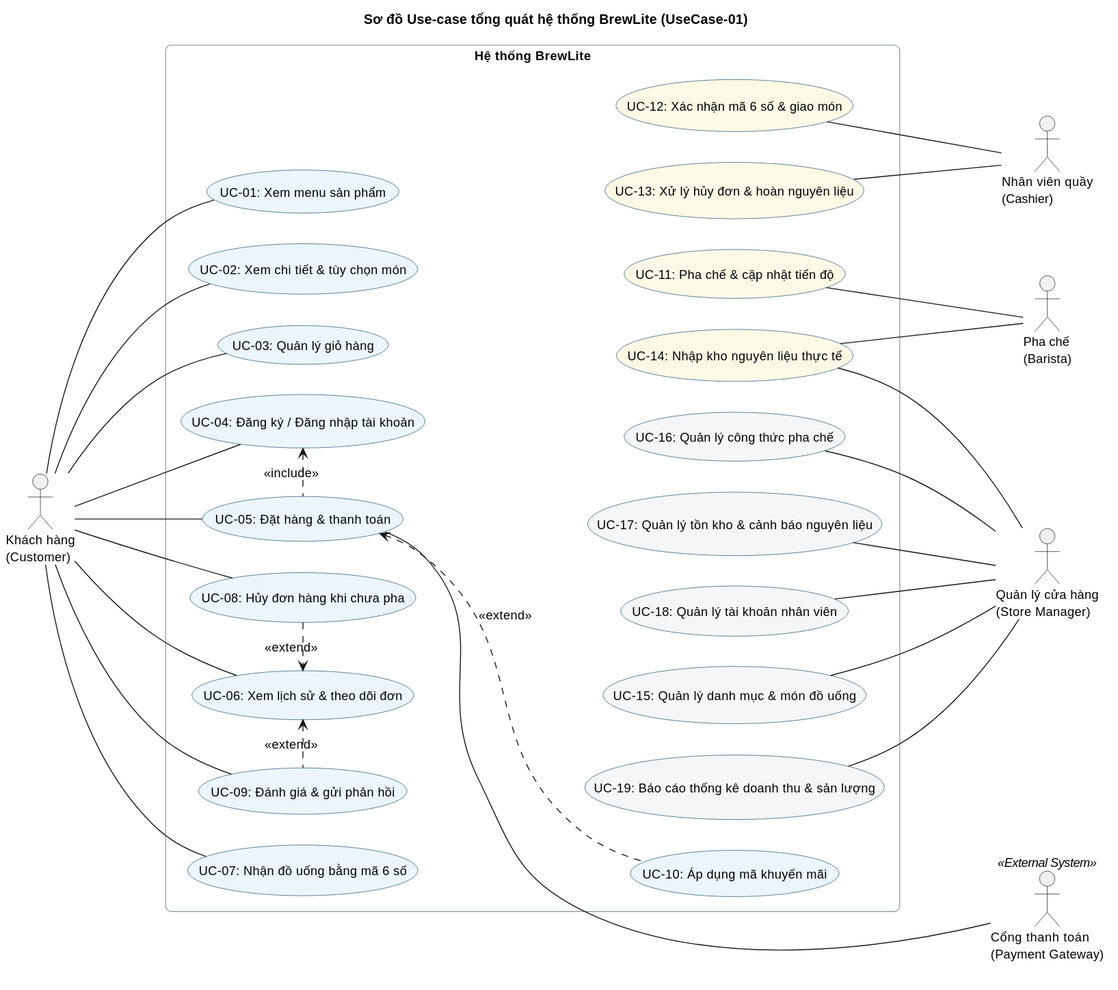
Longcodepro/Project_SE_Assignment02_HK1_2026_2027 keeps this PlantUML diagram as docs/diagrams/usecase-overview.svg. Above is the earlier version. The source it was exported from:
```plantuml
@startuml
title Sơ đồ Use-case tổng quát hệ thống BrewLite (UseCase-01)

left to right direction
skinparam shadowing false
skinparam roundcorner 12
skinparam nodesep 32
skinparam ranksep 110
skinparam defaultFontSize 13
skinparam usecase {
  BorderColor #1B4F72
  BackgroundColor #EBF5FB
}
skinparam rectangle {
  BorderColor #95A5A6
  BackgroundColor #FFFFFF
  FontStyle bold
}

actor "Khách hàng\n(Customer)" as Customer
actor "Cổng thanh toán\n(Payment Gateway)" as PaymentGateway <<External System>>
actor "Nhân viên quầy\n(Cashier)" as Cashier
actor "Pha chế\n(Barista)" as Barista
actor "Quản lý cửa hàng\n(Store Manager)" as Manager

rectangle "Hệ thống BrewLite" {
  usecase "UC-01: Xem menu sản phẩm" as UC01
  usecase "UC-02: Xem chi tiết & tùy chọn món" as UC02
  usecase "UC-03: Quản lý giỏ hàng" as UC03
  usecase "UC-04: Đăng ký / Đăng nhập tài khoản" as UC04
  usecase "UC-05: Đặt hàng & thanh toán" as UC05
  usecase "UC-08: Hủy đơn hàng khi chưa pha" as UC08
  usecase "UC-06: Xem lịch sử & theo dõi đơn" as UC06
  usecase "UC-09: Đánh giá & gửi phản hồi" as UC09
  usecase "UC-07: Nhận đồ uống bằng mã 6 số" as UC07
  usecase "UC-10: Áp dụng mã khuyến mãi" as UC10

  usecase "UC-12: Xác nhận mã 6 số & giao món" as UC12 #FEF9E7
  usecase "UC-13: Xử lý hủy đơn & hoàn nguyên liệu" as UC13 #FEF9E7
  usecase "UC-11: Pha chế & cập nhật tiến độ" as UC11 #FEF9E7
  usecase "UC-14: Nhập kho nguyên liệu thực tế" as UC14 #FEF9E7
  usecase "UC-15: Quản lý danh mục & món đồ uống" as UC15 #F4F6F7
  usecase "UC-16: Quản lý công thức pha chế" as UC16 #F4F6F7
  usecase "UC-17: Quản lý tồn kho & cảnh báo nguyên liệu" as UC17 #F4F6F7
  usecase "UC-18: Quản lý tài khoản nhân viên" as UC18 #F4F6F7
  usecase "UC-19: Báo cáo thống kê doanh thu & sản lượng" as UC19 #F4F6F7
}

UC01 -[hidden]right- UC02
UC02 -[hidden]right- UC03
UC03 -[hidden]right- UC04
UC04 -[hidden]right- UC05
UC05 -[hidden]right- UC08
UC08 -[hidden]right- UC06
UC06 -[hidden]right- UC09
UC09 -[hidden]right- UC07
UC10 -[hidden]left- UC12
UC12 -[hidden]left- UC13
UC13 -[hidden]left- UC11
UC11 -[hidden]left- UC14
UC14 -[hidden]left- UC15
UC15 -[hidden]left- UC16
UC16 -[hidden]left- UC17
UC17 -[hidden]left- UC18
UC18 -[hidden]left- UC19
UC10 -[hidden]- PaymentGateway

Customer -- UC01
Customer -- UC02
Customer -- UC03
Customer -- UC04
Customer -- UC05
Customer -- UC06
Customer -- UC07
Customer -- UC08
Customer -- UC09
UC05 -- PaymentGateway
UC12 -- Cashier
UC13 -- Cashier
UC11 -- Barista
UC14 -- Barista
UC14 -- Manager
UC15 -- Manager
UC16 -- Manager
UC17 -- Manager
UC18 -- Manager
UC19 -- Manager

UC05 .left.> UC04 : <<include>>
UC05 <.. UC10 : <<extend>>
UC08 .right.> UC06 : <<extend>>
UC09 .left.> UC06 : <<extend>>
@enduml
```
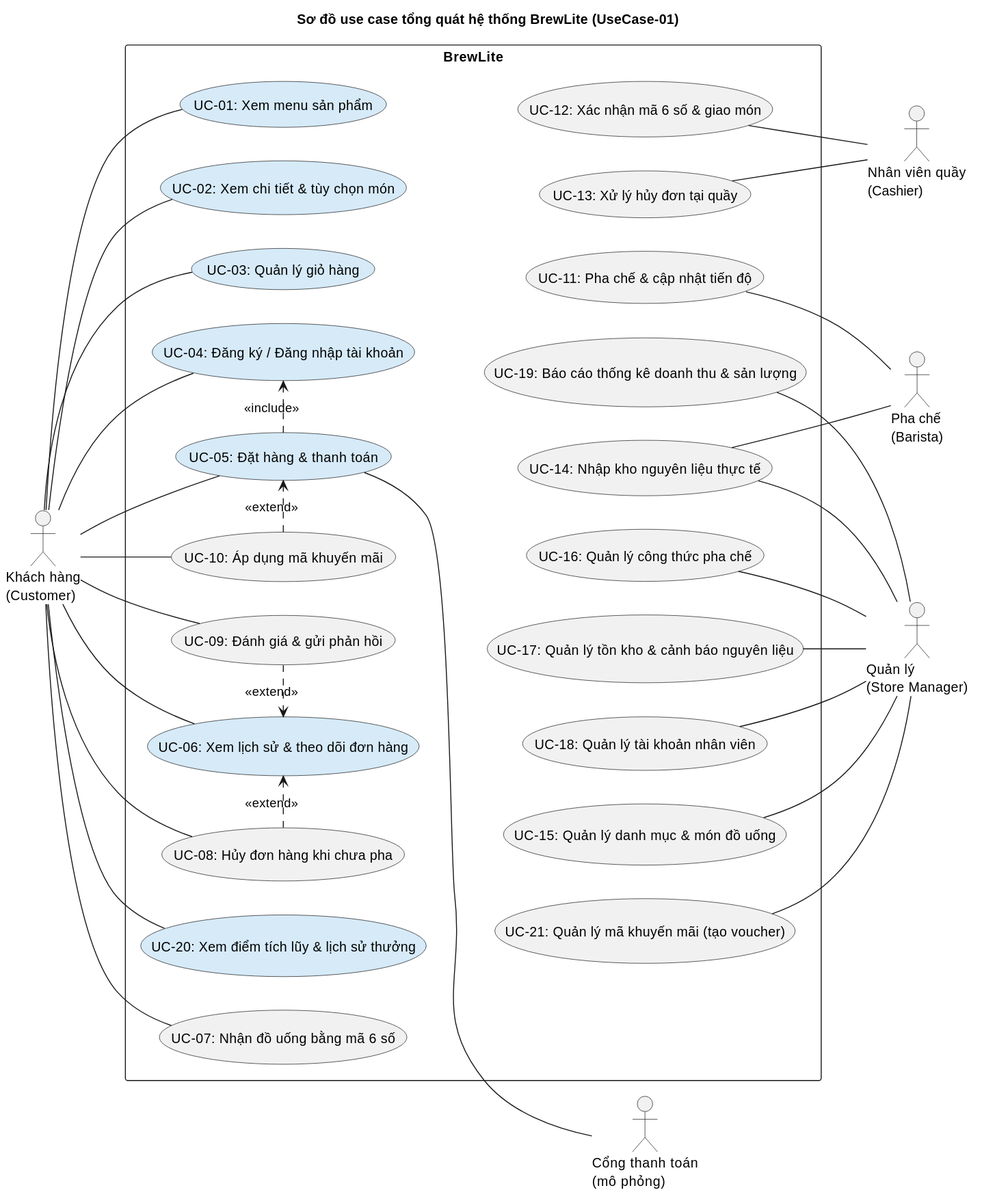
Above is the later version.

Commit message:
docs(task-1.2d): vẽ lại sơ đồ use case tổng quát theo danh mục chức năng thống nhất

Diff of the diagram source:
```diff
@@ -1,69 +1,60 @@
 @startuml
-title Sơ đồ Use-case tổng quát hệ thống BrewLite (UseCase-01)
+title Sơ đồ use case tổng quát hệ thống BrewLite (UseCase-01)
 
 left to right direction
-skinparam shadowing false
-skinparam roundcorner 12
-skinparam nodesep 32
-skinparam ranksep 110
-skinparam defaultFontSize 13
-skinparam usecase {
-  BorderColor #1B4F72
-  BackgroundColor #EBF5FB
-}
-skinparam rectangle {
-  BorderColor #95A5A6
-  BackgroundColor #FFFFFF
-  FontStyle bold
+
+actor "Khách hàng\n(Customer)" as Customer
+actor "Cổng thanh toán\n(mô phỏng)" as Gateway
+actor "Pha chế\n(Barista)" as Barista
+actor "Nhân viên quầy\n(Cashier)" as Cashier
+actor "Quản lý\n(Store Manager)" as Manager
+
+rectangle "BrewLite" {
+    usecase "UC-01: Xem menu sản phẩm" as UC01 #D6EAF8
+    usecase "UC-02: Xem chi tiết & tùy chọn món" as UC02 #D6EAF8
+    usecase "UC-03: Quản lý giỏ hàng" as UC03 #D6EAF8
+    usecase "UC-04: Đăng ký / Đăng nhập tài khoản" as UC04 #D6EAF8
+    usecase "UC-05: Đặt hàng & thanh toán" as UC05 #D6EAF8
+    usecase "UC-06: Xem lịch sử & theo dõi đơn hàng" as UC06 #D6EAF8
+    usecase "UC-20: Xem điểm tích lũy & lịch sử thưởng" as UC20 #D6EAF8
+
+    usecase "UC-07: Nhận đồ uống bằng mã 6 số" as UC07
+    usecase "UC-08: Hủy đơn hàng khi chưa pha" as UC08
+    usecase "UC-09: Đánh giá & gửi phản hồi" as UC09
+    usecase "UC-10: Áp dụng mã khuyến mãi" as UC10
+    usecase "UC-11: Pha chế & cập nhật tiến độ" as UC11
+    usecase "UC-12: Xác nhận mã 6 số & giao món" as UC12
+    usecase "UC-13: Xử lý hủy đơn tại quầy" as UC13
+    usecase "UC-14: Nhập kho nguyên liệu thực tế" as UC14
+    usecase "UC-15: Quản lý danh mục & món đồ uống" as UC15
+    usecase "UC-16: Quản lý công thức pha chế" as UC16
+    usecase "UC-17: Quản lý tồn kho & cảnh báo nguyên liệu" as UC17
+    usecase "UC-18: Quản lý tài khoản nhân viên" as UC18
+    usecase "UC-19: Báo cáo thống kê doanh thu & sản lượng" as UC19
+    usecase "UC-21: Quản lý mã khuyến mãi (tạo voucher)" as UC21
 }
 
-actor "Khách hàng\n(Customer)" as Customer
-actor "Cổng thanh toán\n(Payment Gateway)" as PaymentGateway <<External System>>
-actor "Nhân viên quầy\n(Cashier)" as Cashier
-actor "Pha chế\n(Barista)" as Barista
-actor "Quản lý cửa hàng\n(Store Manager)" as Manager
-
-rectangle "Hệ thống BrewLite" {
-  usecase "UC-01: Xem menu sản phẩm" as UC01
-  usecase "UC-02: Xem chi tiết & tùy chọn món" as UC02
-  usecase "UC-03: Quản lý giỏ hàng" as UC03
-  usecase "UC-04: Đăng ký / Đăng nhập tài khoản" as UC04
-  usecase "UC-05: Đặt hàng & thanh toán" as UC05
-  usecase "UC-08: Hủy đơn hàng khi chưa pha" as UC08
-  usecase "UC-06: Xem lịch sử & theo dõi đơn" as UC06
-  usecase "UC-09: Đánh giá & gửi phản hồi" as UC09
-  usecase "UC-07: Nhận đồ uống bằng mã 6 số" as UC07
-  usecase "UC-10: Áp dụng mã khuyến mãi" as UC10
-
-  usecase "UC-12: Xác nhận mã 6 số & giao món" as UC12 #FEF9E7
-  usecase "UC-13: Xử lý hủy đơn & hoàn nguyên liệu" as UC13 #FEF9E7
-  usecase "UC-11: Pha chế & cập nhật tiến độ" as UC11 #FEF9E7
-  usecase "UC-14: Nhập kho nguyên liệu thực tế" as UC14 #FEF9E7
-  usecase "UC-15: Quản lý danh mục & món đồ uống" as UC15 #F4F6F7
-  usecase "UC-16: Quản lý công thức pha chế" as UC16 #F4F6F7
-  usecase "UC-17: Quản lý tồn kho & cảnh báo nguyên liệu" as UC17 #F4F6F7
-  usecase "UC-18: Quản lý tài khoản nhân viên" as UC18 #F4F6F7
-  usecase "UC-19: Báo cáo thống kê doanh thu & sản lượng" as UC19 #F4F6F7
-}
+UC01 -[hidden]- UC11
+UC01 -[hidden]- UC12
+UC01 -[hidden]- UC13
+UC01 -[hidden]- UC14
+UC01 -[hidden]- UC15
+UC01 -[hidden]- UC16
+UC01 -[hidden]- UC17
+UC01 -[hidden]- UC18
+UC01 -[hidden]- UC19
+UC01 -[hidden]- UC21
 
 UC01 -[hidden]right- UC02
 UC02 -[hidden]right- UC03
 UC03 -[hidden]right- UC04
 UC04 -[hidden]right- UC05
-UC05 -[hidden]right- UC08
-UC08 -[hidden]right- UC06
-UC06 -[hidden]right- UC09
-UC09 -[hidden]right- UC07
-UC10 -[hidden]left- UC12
-UC12 -[hidden]left- UC13
-UC13 -[hidden]left- UC11
-UC11 -[hidden]left- UC14
-UC14 -[hidden]left- UC15
-UC15 -[hidden]left- UC16
-UC16 -[hidden]left- UC17
-UC17 -[hidden]left- UC18
-UC18 -[hidden]left- UC19
-UC10 -[hidden]- PaymentGateway
+UC05 -[hidden]right- UC10
+UC10 -[hidden]right- UC09
+UC09 -[hidden]right- UC06
+UC06 -[hidden]right- UC08
+UC08 -[hidden]right- UC20
+UC20 -[hidden]right- UC07
 
 Customer -- UC01
 Customer -- UC02
@@ -71,23 +62,30 @@
 Customer -- UC04
 Customer -- UC05
 Customer -- UC06
+Customer -- UC20
 Customer -- UC07
 Customer -- UC08
 Customer -- UC09
-UC05 -- PaymentGateway
+Customer -- UC10
+
+UC05 -- Gateway
+
+UC11 -- Barista
+UC14 -- Barista
+
 UC12 -- Cashier
 UC13 -- Cashier
-UC11 -- Barista
-UC14 -- Barista
+
 UC14 -- Manager
 UC15 -- Manager
 UC16 -- Manager
 UC17 -- Manager
 UC18 -- Manager
 UC19 -- Manager
+UC21 -- Manager
 
-UC05 .left.> UC04 : <<include>>
-UC05 <.. UC10 : <<extend>>
-UC08 .right.> UC06 : <<extend>>
-UC09 .left.> UC06 : <<extend>>
+UC05 .> UC04 : <<include>>
+UC10 .> UC05 : <<extend>>
+UC08 .> UC06 : <<extend>>
+UC09 .> UC06 : <<extend>>
 @enduml
```
